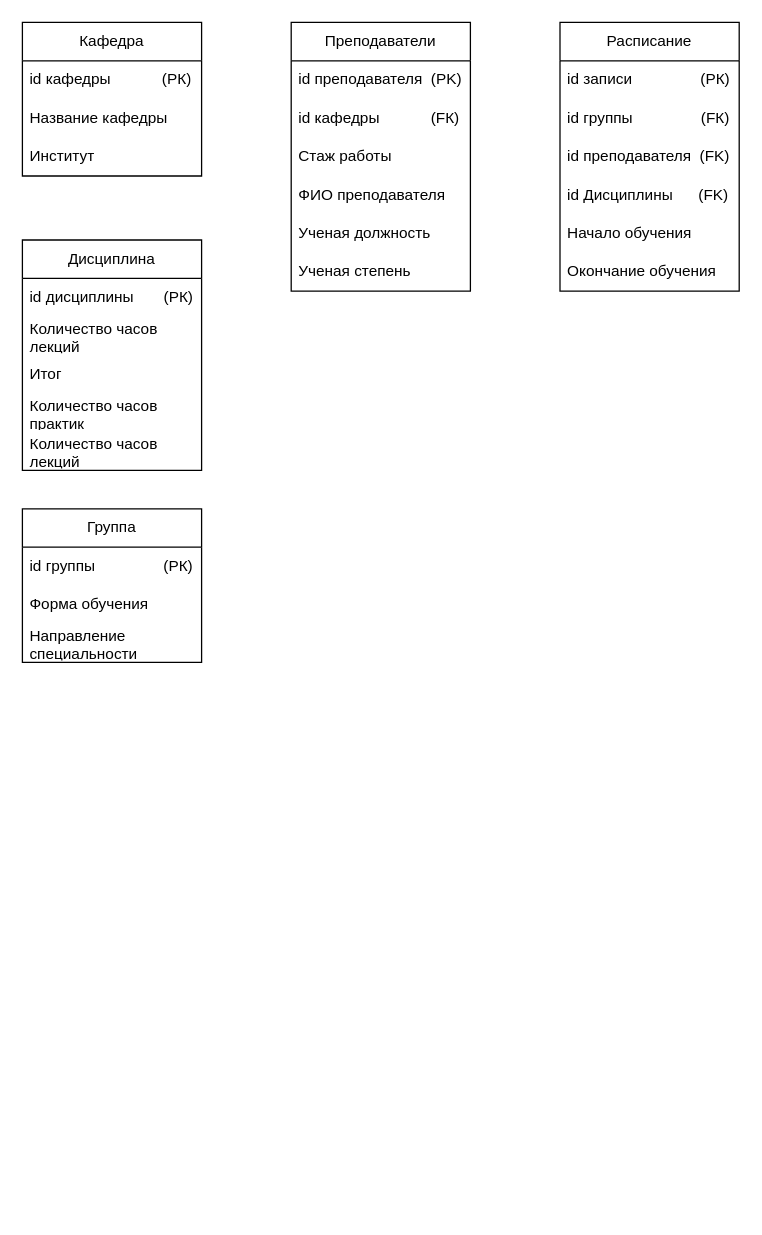
Earlier version of the draw.io diagram page "Нормальная форма" (2 of 3) of draw_io/БД.drawio (Dimj1k/Works). Source tidied: cells renumbered, new cells numbered last; positions are measured from the earlier drawing's top-left corner, leaving out a move shared by most shapes. Both pictures are drawn from the tidied source at 128%, with x=0, y=0 at pixel (22, 22).
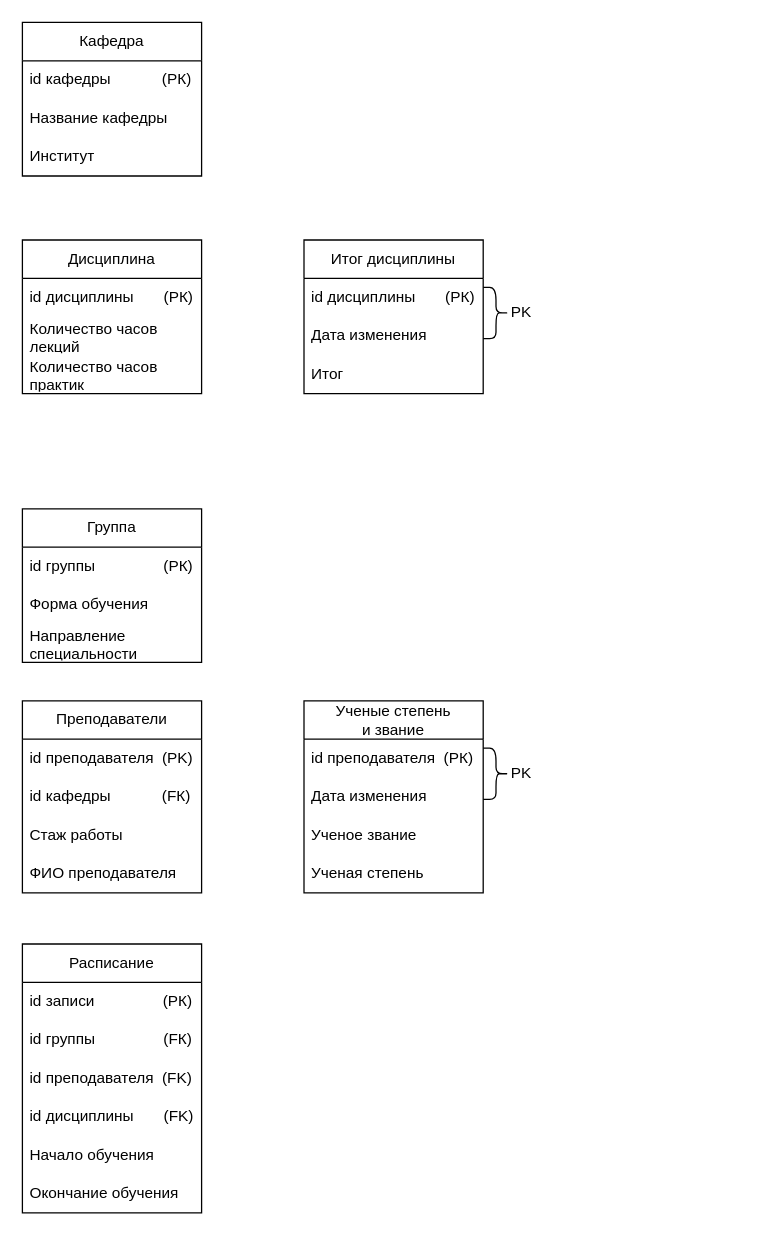
Above is the later version.

Change to the diagram source:
```diff
@@
     <mxCell id="6" value="Преподаватели" style="swimlane;fontStyle=0;horizontal=1;startSize=30;whiteSpace=wrap;html=1;" parent="1" vertex="1">
-      <mxGeometry x="210" width="140" height="210" as="geometry" />
+      <mxGeometry y="530" width="140" height="150" as="geometry" />
     </mxCell>
@@
-    <mxCell id="11" value="Ученая должность" style="text;strokeColor=none;fillColor=none;align=left;verticalAlign=middle;spacingLeft=4;spacingRight=4;overflow=hidden;whiteSpace=wrap;html=1;" parent="6" vertex="1">
-      <mxGeometry y="150" width="140" height="30" as="geometry" />
-    </mxCell>
-    <mxCell id="12" value="Ученая степень" style="text;strokeColor=none;fillColor=none;align=left;verticalAlign=middle;spacingLeft=4;spacingRight=4;overflow=hidden;whiteSpace=wrap;html=1;" parent="6" vertex="1">
-      <mxGeometry y="180" width="140" height="30" as="geometry" />
-    </mxCell>
     <mxCell id="13" value="Расписание" style="swimlane;fontStyle=0;horizontal=1;startSize=30;whiteSpace=wrap;html=1;" parent="1" vertex="1">
-      <mxGeometry x="420" width="140" height="210" as="geometry" />
+      <mxGeometry y="720" width="140" height="210" as="geometry" />
     </mxCell>
@@
-    <mxCell id="17" value="id Дисциплины&amp;nbsp; &amp;nbsp; &amp;nbsp; (FK)" style="text;strokeColor=none;fillColor=none;align=left;verticalAlign=middle;spacingLeft=4;spacingRight=4;overflow=hidden;whiteSpace=wrap;html=1;" parent="13" vertex="1">
+    <mxCell id="17" value="id дисциплины&amp;nbsp; &amp;nbsp; &amp;nbsp; &amp;nbsp;(FK)" style="text;strokeColor=none;fillColor=none;align=left;verticalAlign=middle;spacingLeft=4;spacingRight=4;overflow=hidden;whiteSpace=wrap;html=1;" parent="13" vertex="1">
       <mxGeometry y="120" width="140" height="30" as="geometry" />
     </mxCell>
@@
     <mxCell id="20" value="Дисциплина" style="swimlane;fontStyle=0;horizontal=1;startSize=30;whiteSpace=wrap;html=1;" parent="1" vertex="1">
-      <mxGeometry y="170" width="140" height="180" as="geometry" />
+      <mxGeometry y="170" width="140" height="120" as="geometry" />
     </mxCell>
@@
-    <mxCell id="23" value="Итог" style="text;strokeColor=none;fillColor=none;align=left;verticalAlign=middle;spacingLeft=4;spacingRight=4;overflow=hidden;whiteSpace=wrap;html=1;" parent="20" vertex="1">
-      <mxGeometry y="90" width="140" height="30" as="geometry" />
-    </mxCell>
     <mxCell id="24" value="Количество часов практик" style="text;strokeColor=none;fillColor=none;align=left;verticalAlign=middle;spacingLeft=4;spacingRight=4;overflow=hidden;whiteSpace=wrap;html=1;" parent="20" vertex="1">
-      <mxGeometry y="120" width="140" height="30" as="geometry" />
+      <mxGeometry y="90" width="140" height="30" as="geometry" />
     </mxCell>
-    <mxCell id="25" value="Количество часов лекций" style="text;strokeColor=none;fillColor=none;align=left;verticalAlign=middle;spacingLeft=4;spacingRight=4;overflow=hidden;whiteSpace=wrap;html=1;" parent="20" vertex="1">
-      <mxGeometry y="150" width="140" height="30" as="geometry" />
-    </mxCell>
@@
+    <mxCell id="30" value="Ученые степень&lt;br&gt;и звание" style="swimlane;fontStyle=0;horizontal=1;startSize=30;whiteSpace=wrap;html=1;" parent="1" vertex="1">
+      <mxGeometry x="220" y="530" width="140" height="150" as="geometry" />
+    </mxCell>
+    <mxCell id="31" value="id преподавателя&amp;nbsp; (РК)" style="text;strokeColor=none;fillColor=none;align=left;verticalAlign=middle;spacingLeft=4;spacingRight=4;overflow=hidden;whiteSpace=wrap;html=1;" parent="30" vertex="1">
+      <mxGeometry y="30" width="140" height="30" as="geometry" />
+    </mxCell>
+    <mxCell id="32" value="Дата изменения" style="text;strokeColor=none;fillColor=none;align=left;verticalAlign=middle;spacingLeft=4;spacingRight=4;overflow=hidden;whiteSpace=wrap;html=1;" parent="30" vertex="1">
+      <mxGeometry y="60" width="140" height="30" as="geometry" />
+    </mxCell>
+    <mxCell id="33" value="Ученое звание" style="text;strokeColor=none;fillColor=none;align=left;verticalAlign=middle;spacingLeft=4;spacingRight=4;overflow=hidden;whiteSpace=wrap;html=1;" parent="30" vertex="1">
+      <mxGeometry y="90" width="140" height="30" as="geometry" />
+    </mxCell>
+    <mxCell id="12" value="Ученая степень" style="text;strokeColor=none;fillColor=none;align=left;verticalAlign=middle;spacingLeft=4;spacingRight=4;overflow=hidden;whiteSpace=wrap;html=1;" parent="30" vertex="1">
+      <mxGeometry y="120" width="140" height="30" as="geometry" />
+    </mxCell>
+    <mxCell id="34" value="PK" style="shape=curlyBracket;whiteSpace=wrap;html=1;rounded=1;flipH=1;labelPosition=right;verticalLabelPosition=middle;align=left;verticalAlign=middle;" parent="1" vertex="1">
+      <mxGeometry x="360" y="567" width="20" height="40" as="geometry" />
+    </mxCell>
+    <mxCell id="35" value="Итог дисциплины" style="swimlane;fontStyle=0;horizontal=1;startSize=30;whiteSpace=wrap;html=1;" parent="1" vertex="1">
+      <mxGeometry x="220" y="170" width="140" height="120" as="geometry" />
+    </mxCell>
+    <mxCell id="36" value="id дисциплины&amp;nbsp; &amp;nbsp; &amp;nbsp; &amp;nbsp;(РК)" style="text;strokeColor=none;fillColor=none;align=left;verticalAlign=middle;spacingLeft=4;spacingRight=4;overflow=hidden;whiteSpace=wrap;html=1;" parent="35" vertex="1">
+      <mxGeometry y="30" width="140" height="30" as="geometry" />
+    </mxCell>
+    <mxCell id="37" value="Дата изменения" style="text;strokeColor=none;fillColor=none;align=left;verticalAlign=middle;spacingLeft=4;spacingRight=4;overflow=hidden;whiteSpace=wrap;html=1;" parent="35" vertex="1">
+      <mxGeometry y="60" width="140" height="30" as="geometry" />
+    </mxCell>
+    <mxCell id="23" value="Итог" style="text;strokeColor=none;fillColor=none;align=left;verticalAlign=middle;spacingLeft=4;spacingRight=4;overflow=hidden;whiteSpace=wrap;html=1;" parent="35" vertex="1">
+      <mxGeometry y="90" width="140" height="30" as="geometry" />
+    </mxCell>
+    <mxCell id="38" value="PK" style="shape=curlyBracket;whiteSpace=wrap;html=1;rounded=1;flipH=1;labelPosition=right;verticalLabelPosition=middle;align=left;verticalAlign=middle;" parent="1" vertex="1">
+      <mxGeometry x="360" y="207" width="20" height="40" as="geometry" />
+    </mxCell>
```
